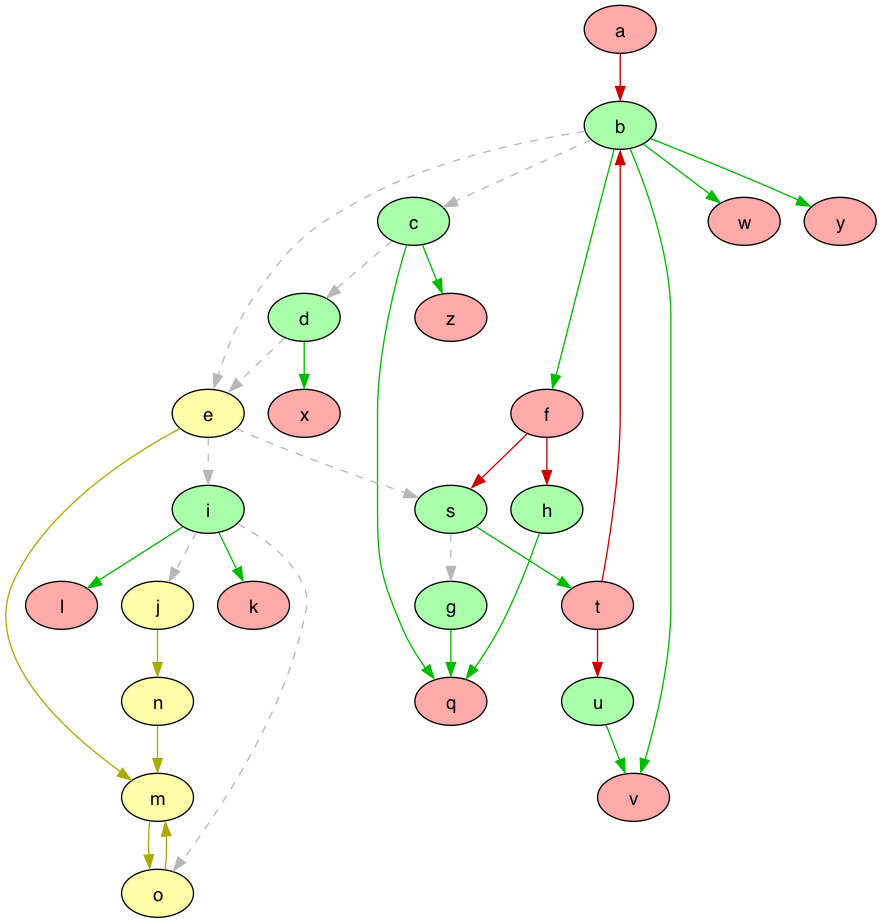
Earlier version of the Graphviz export 2024IDCC/graphs/game_graph_colored.png (idaks/Games-and-Argumentation). Its source is kept beside it as 2024IDCC/graphs/game_graph_colored.dot.
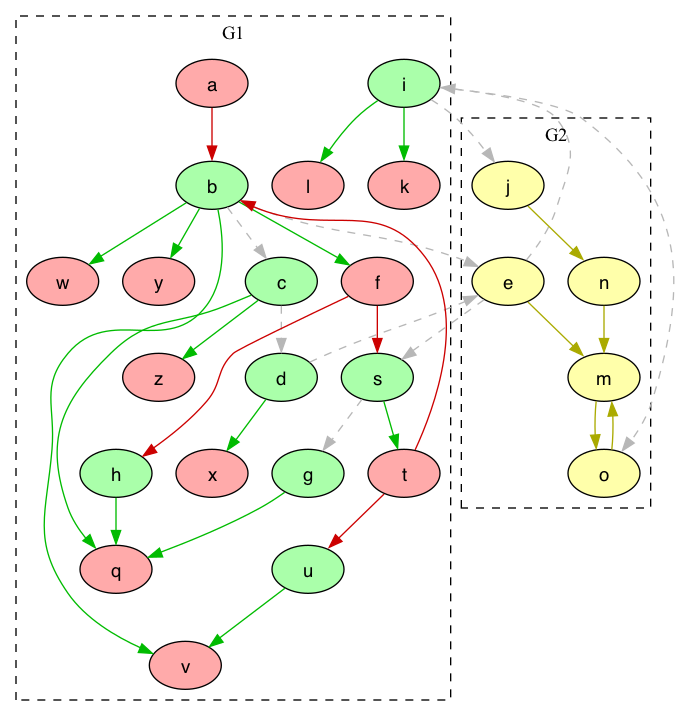
Later version of the same file.

The edit, as a diff of the source:
```diff
@@ -1,43 +1,48 @@
 digraph G {
   node [shape=oval style=filled fontname=Helvetica fontsize=14]
-  node [fillcolor="#AAFFAA" fontcolor="#000000"] b c d s g h i u;
-  node [fillcolor="#FFAAAA" fontcolor="#000000"] a t f k l q v w x y z;
-  node [fillcolor="#FFFFAA" fontcolor="#000000"] e j m o n;
-  node [fillcolor="white" fontcolor="black"];
+  subgraph cluster_g1{
+  label = "G1"; color = black; style ="dashed";
+    node [fillcolor="#AAFFAA" fontcolor="#000000"] b c d s g h i u;
+    node [fillcolor="#FFAAAA" fontcolor="#000000"] a t f k l q v w x y z;
+  }
+  subgraph cluster_g2{
+  label = "G2"; color = black; style ="dashed";
+    node [fillcolor="#FFFFAA" fontcolor="#000000"] e j m o n;
+  }
   edge [dir=forward, color="#CC0000", style="solid"]
-        "a" -> "b"
-        "t" -> "b"
-        "f" -> "h"
-        "f" -> "s"
-        "t" -> "u"
+        "a" -> "b";
+        "t" -> "b";
+        "f" -> "h";
+        "f" -> "s";
+        "t" -> "u";
   edge [dir=forward, color="#b7b7b7", style="dashed"]
-        "b" -> "c"
-        "c" -> "d"
-        "b" -> "e"
-        "d" -> "e"
-        "s" -> "g"
-        "e" -> "i"
-        "i" -> "j"
-        "i" -> "o"
-        "e" -> "s"
+        "b" -> "c";
+        "c" -> "d";
+        "b" -> "e";
+        "d" -> "e";
+        "s" -> "g";
+        "e" -> "i";
+        "i" -> "j";
+        "i" -> "o";
+        "e" -> "s";
   edge [dir=forward, color="#00BB00", style="solid"]
-        "b" -> "f"
-        "i" -> "k"
-        "i" -> "l"
-        "g" -> "q"
-        "h" -> "q"
-        "c" -> "q"
-        "s" -> "t"
-        "b" -> "v"
-        "u" -> "v"
-        "b" -> "w"
-        "d" -> "x"
-        "b" -> "y"
-        "c" -> "z"
+        "b" -> "f";
+        "i" -> "k";
+        "i" -> "l";
+        "g" -> "q";
+        "h" -> "q";
+        "c" -> "q";
+        "s" -> "t";
+        "b" -> "v";
+        "u" -> "v";
+        "b" -> "w";
+        "d" -> "x";
+        "b" -> "y";
+        "c" -> "z";
   edge [dir=forward, color="#AAAA00", style="solid"]
-        "e" -> "m"
-        "o" -> "m"
-        "n" -> "m"
-        "j" -> "n"
-        "m" -> "o"
+        "e" -> "m";
+        "o" -> "m";
+        "n" -> "m";
+        "j" -> "n";
+        "m" -> "o";
 }
```
